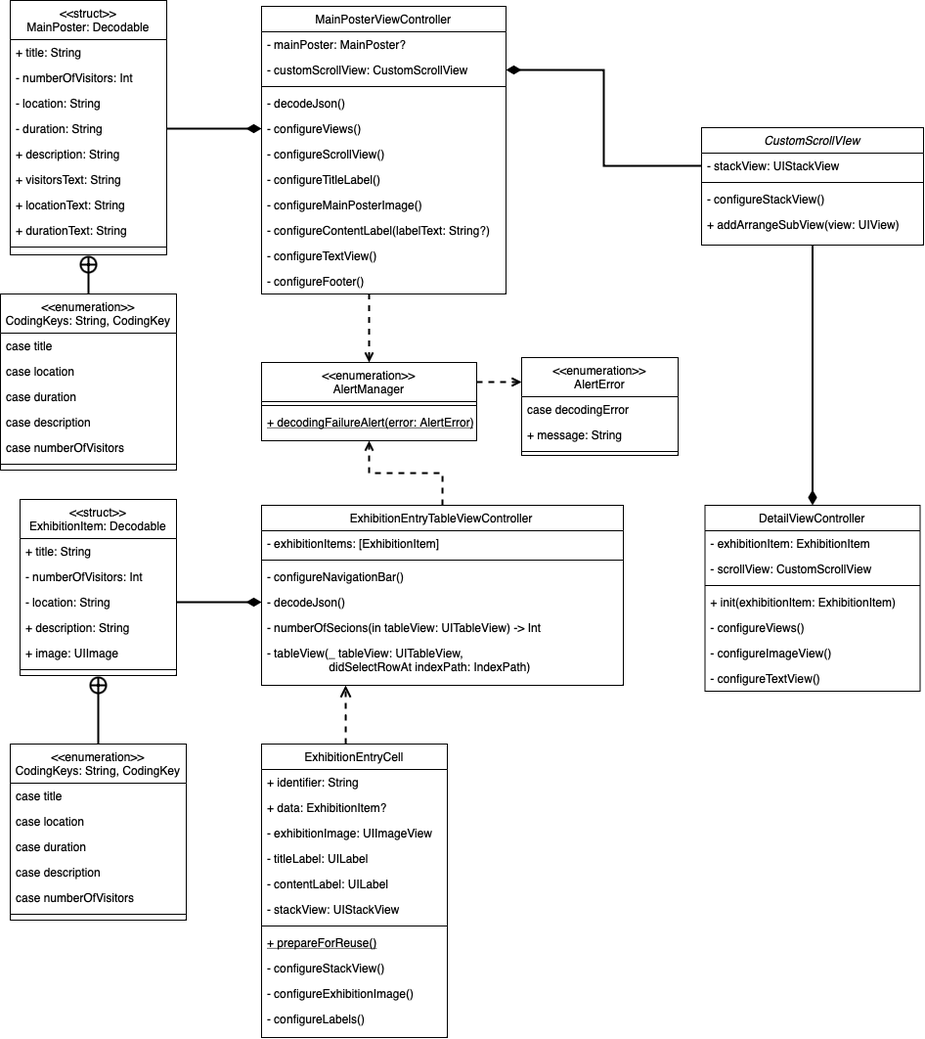
Above: Image/ClassDiagram.png in yagom-academy/ios-exposition-universelle (draw.io), before the change. Source tidied: cells renumbered, new cells last; positions are measured from the earlier drawing's top-left corner, leaving out a move shared by most shapes.
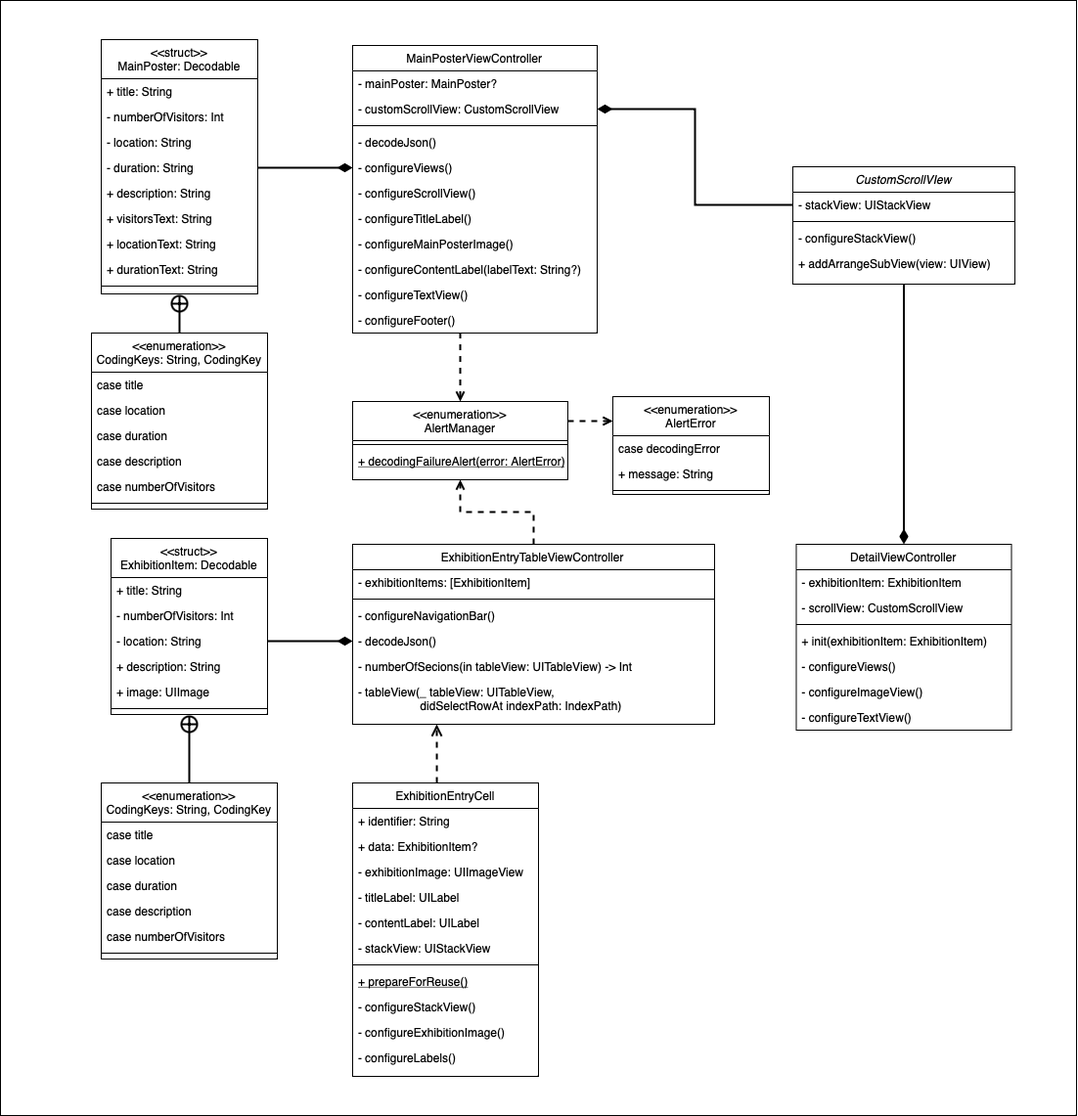
The same diagram one commit later.

Diff of the diagram source:
```diff
@@ -2,6 +2,9 @@
   <root>
     <mxCell id="0" />
     <mxCell id="1" parent="0" />
+    <mxCell id="94" style="rounded=0;whiteSpace=wrap;html=1;" parent="1" vertex="1">
+      <mxGeometry x="-93" y="-40" width="1100" height="1140" as="geometry" />
+    </mxCell>
     <mxCell id="2" style="edgeStyle=orthogonalEdgeStyle;rounded=0;jettySize=auto;html=1;exitX=0.5;exitY=1;exitDx=0;exitDy=0;entryX=0.5;entryY=0;entryDx=0;entryDy=0;strokeWidth=2;startArrow=none;startFill=0;endArrow=diamondThin;endFill=1;endSize=10;" parent="1" edge="1" source="3" target="82">
       <mxGeometry relative="1" as="geometry" />
     </mxCell>
```
